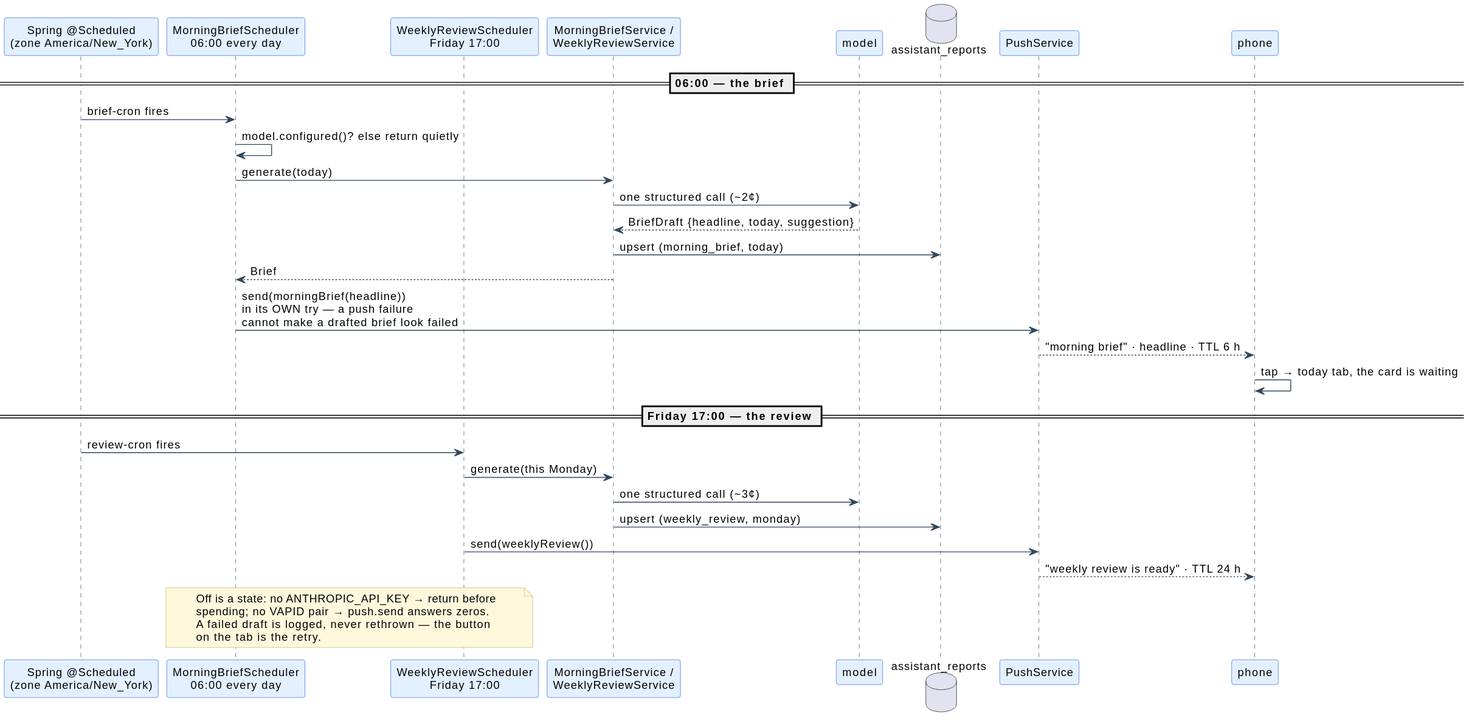
The PlantUML diagram gt2/docs/diagrams/scheduled-jobs.svg in caseythecoder90/grindtrack, before a commit.
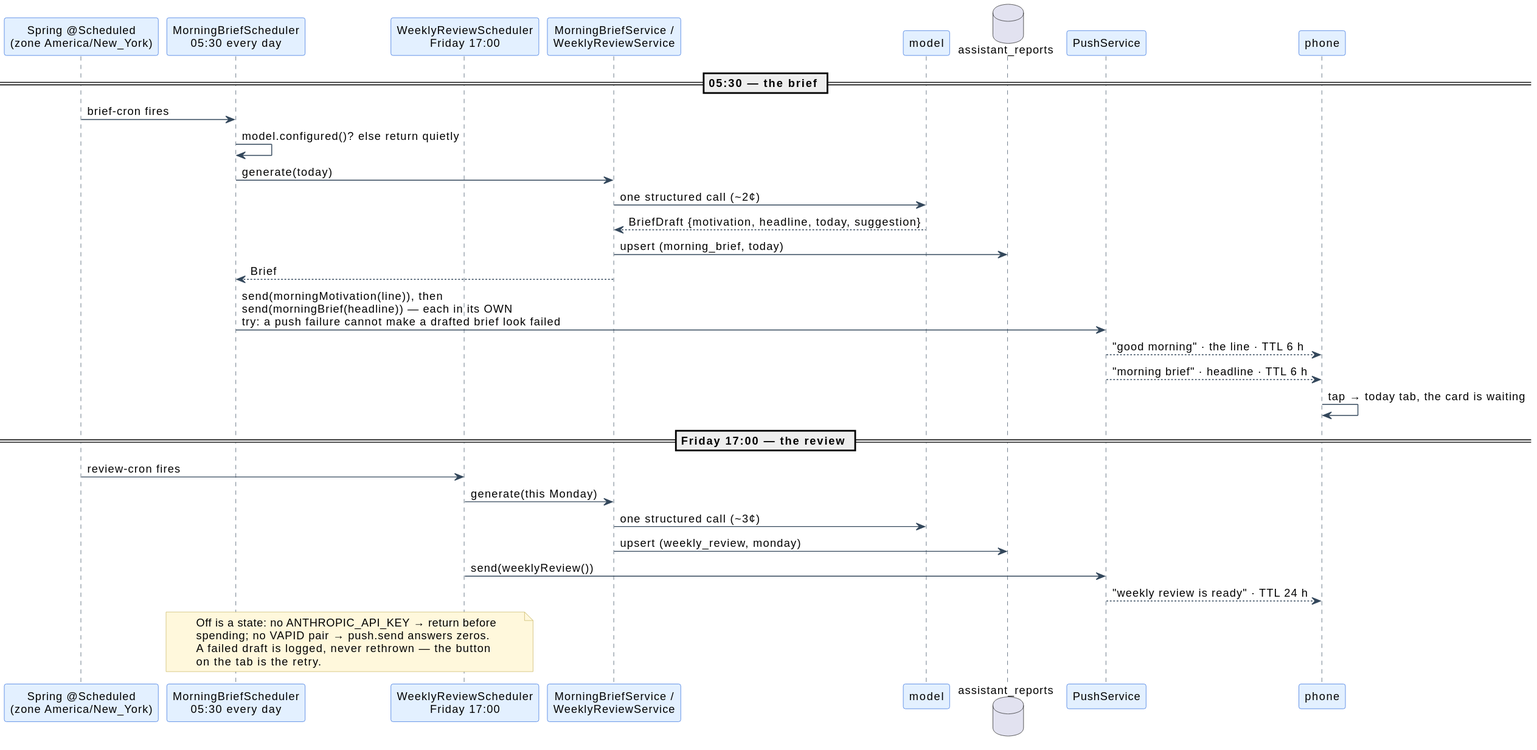
The same file after the commit.

What changed in the source:
```diff
@@ -18,7 +18,7 @@
 }
 
 participant "Spring @Scheduled\n(zone America/New_York)" as cron
-participant "MorningBriefScheduler\n06:00 every day" as mbs
+participant "MorningBriefScheduler\n05:30 every day" as mbs
 participant "WeeklyReviewScheduler\nFriday 17:00" as wrs
 participant "MorningBriefService /\nWeeklyReviewService" as svc
 participant "model" as model
@@ -26,15 +26,16 @@
 participant "PushService" as push
 participant "phone" as phone
 
-== 06:00 — the brief ==
+== 05:30 — the brief ==
 cron -> mbs : brief-cron fires
 mbs -> mbs : model.configured()? else return quietly
 mbs -> svc : generate(today)
 svc -> model : one structured call (~2¢)
-model --> svc : BriefDraft {headline, today, suggestion}
+model --> svc : BriefDraft {motivation, headline, today, suggestion}
 svc -> reports : upsert (morning_brief, today)
 svc --> mbs : Brief
-mbs -> push : send(morningBrief(headline))\nin its OWN try — a push failure\ncannot make a drafted brief look failed
+mbs -> push : send(morningMotivation(line)), then\nsend(morningBrief(headline)) — each in its OWN\ntry: a push failure cannot make a drafted brief look failed
+push --> phone : "good morning" · the line · TTL 6 h
 push --> phone : "morning brief" · headline · TTL 6 h
 phone -> phone : tap → today tab, the card is waiting
 
```
